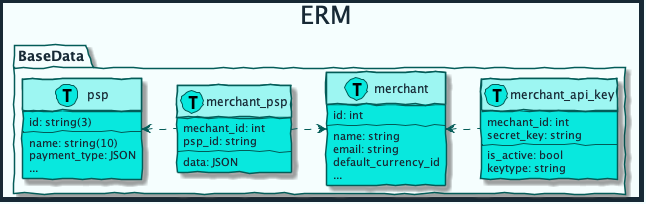
Earlier version of the PlantUML export diagrams/out/erm.png (mobilabsolutions/stash-sdk-wiki).
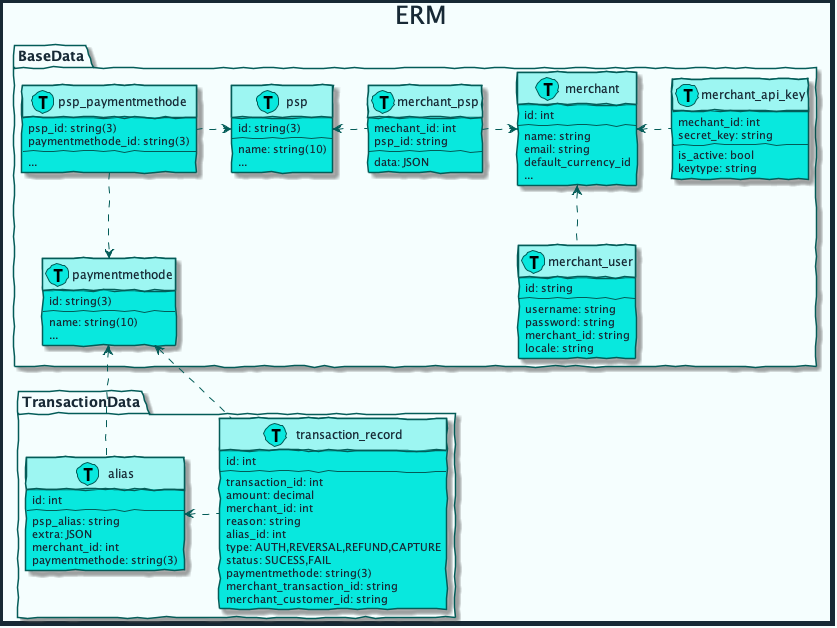
After the change.

Diff of the diagram source:
```diff
@@ -52,7 +52,20 @@
         id: string(3)
         --
         name: string(10)
-        payment_type: JSON
+        ...
+    }
+
+    class paymentmethode << (T, #08E8DE) >>{
+        id: string(3)
+        --
+        name: string(10)
+        ...
+    }
+
+    class psp_paymentmethode << (T, #08E8DE) >>{
+        psp_id: string(3)
+        paymentmethode_id: string(3)
+        --
         ...
     }
 
@@ -80,12 +93,52 @@
         data: JSON
     }
 
+    class merchant_user << (T, #08E8DE) >>{
+        id: string
+        --
+        username: string
+        password: string
+        merchant_id: string
+        locale: string
+    }
 
     merchant <. merchant_api_key
     merchant_psp .> merchant
     psp <. merchant_psp
-
+    merchant <-. merchant_user
+    psp_paymentmethode .-> paymentmethode
+    psp_paymentmethode .> psp
 }
 
+package TransactionData {
+    class alias << (T, #08E8DE) >>{
+        id: int
+        --
+        psp_alias: string
+        extra: JSON
+        merchant_id: int
+        paymentmethode: string(3)
+    }
+
+    class transaction_record << (T, #08E8DE) >>{
+        id: int
+        --
+        transaction_id: int
+        amount: decimal
+        merchant_id: int
+        reason: string
+        alias_id: int
+        type: AUTH,REVERSAL,REFUND,CAPTURE
+        status: SUCESS,FAIL
+        paymentmethode: string(3)
+        merchant_transaction_id: string
+        merchant_customer_id: string
+    }
+
+    alias <. transaction_record
+}
+
+paymentmethode <.- alias
+paymentmethode <.- transaction_record
 
 @enduml
```
